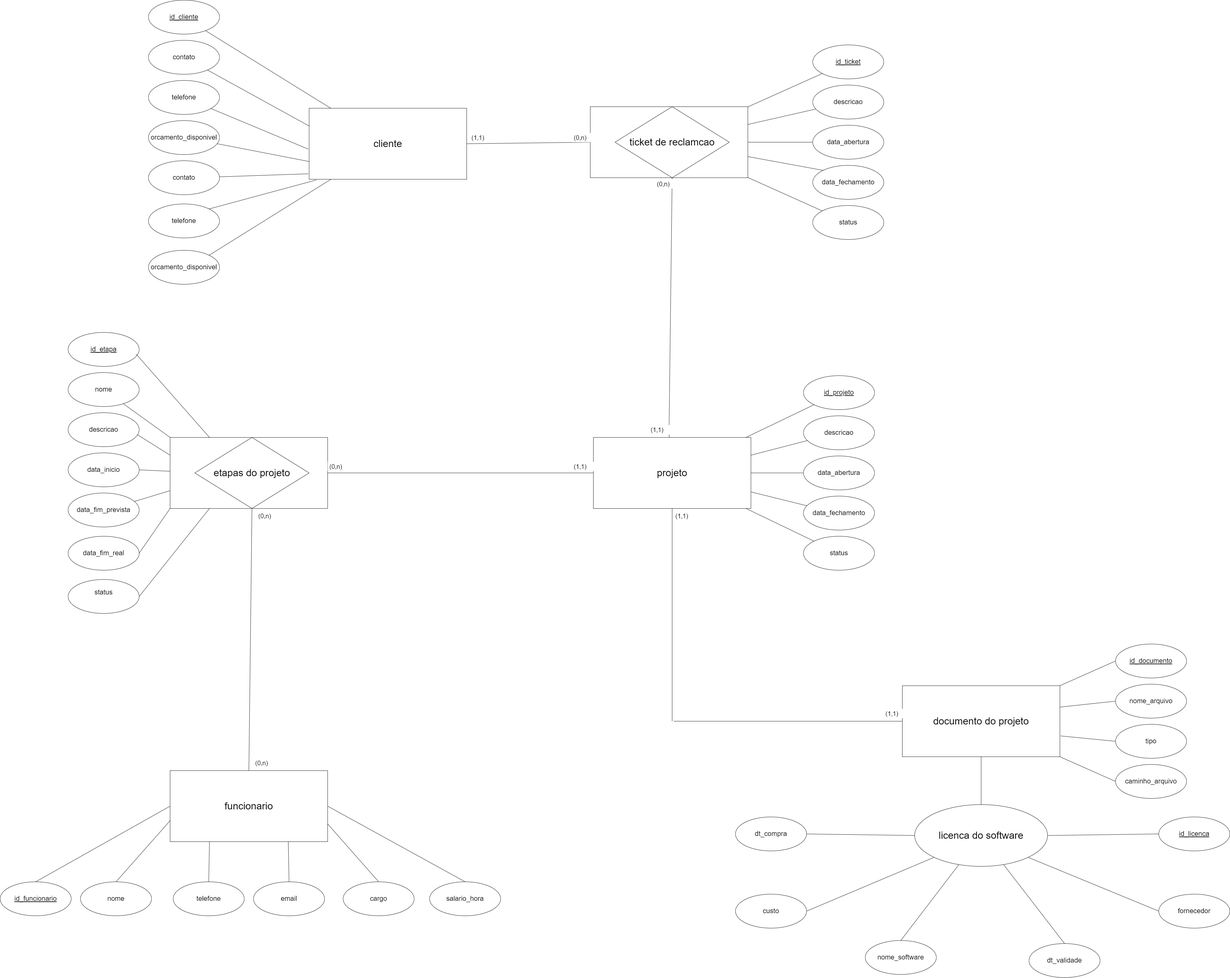
The draw.io diagram docs/modelo conceitual.png in izaq-code/ProjetosII-Bancos-de-Dados, before a commit. Source tidied: cells renumbered, new cells last; positions are measured from the earlier drawing's top-left corner, leaving out a move shared by most shapes.
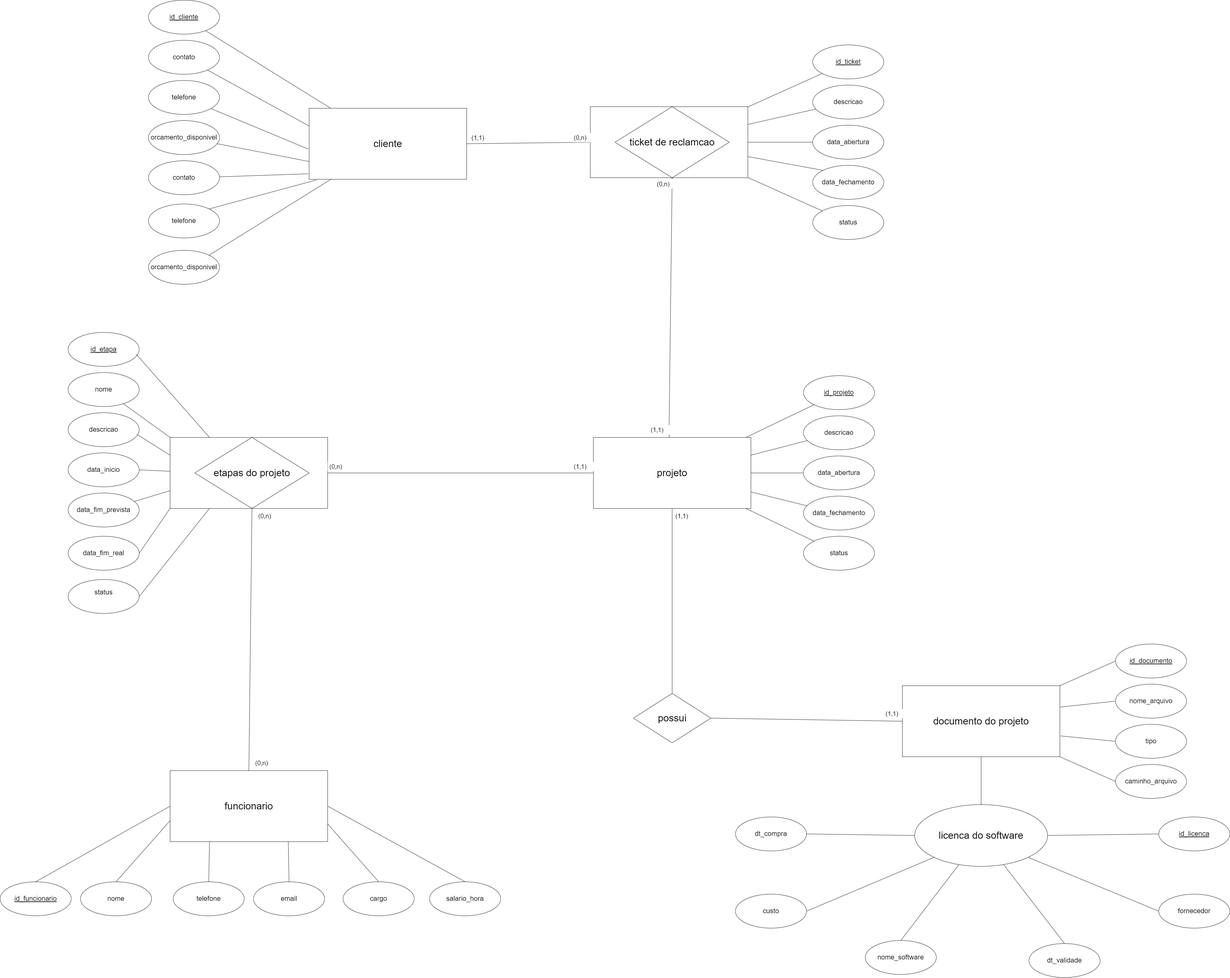
Above is the later version.

Commit message:
atualizando modelo

The edit, as a diff of the source:
```diff
@@ -217,18 +217,14 @@
     <mxCell id="72" style="endArrow=none;html=1;rounded=0;exitX=0.5;exitY=0;exitDx=0;exitDy=0;entryX=0.5;entryY=1;entryDx=0;entryDy=0;fillColor=light-dark(#FFFFFF,var(--ge-dark-color, #121212));" parent="1" edge="1" source="59" target="43">
       <mxGeometry relative="1" as="geometry" />
     </mxCell>
-    <mxCell id="73" style="endArrow=none;html=1;rounded=0;entryX=0.5;entryY=1;entryDx=0;entryDy=0;fillColor=light-dark(#FFFFFF,var(--ge-dark-color, #121212));" parent="1" edge="1" target="30">
-      <mxGeometry relative="1" as="geometry">
-        <mxPoint x="2175" y="2335" as="sourcePoint" />
-      </mxGeometry>
+    <mxCell id="73" style="endArrow=none;html=1;rounded=0;entryX=0.5;entryY=1;entryDx=0;entryDy=0;fillColor=light-dark(#FFFFFF,var(--ge-dark-color, #121212));exitX=0.5;exitY=0;exitDx=0;exitDy=0;" parent="1" edge="1" source="109" target="30">
+      <mxGeometry relative="1" as="geometry" />
     </mxCell>
     <mxCell id="74" value="documento do projeto" style="rounded=0;whiteSpace=wrap;html=1;fontSize=32;fillColor=light-dark(#FFFFFF,var(--ge-dark-color, #121212));" parent="1" vertex="1">
       <mxGeometry x="2920" y="2220" width="510" height="230" as="geometry" />
     </mxCell>
-    <mxCell id="75" style="endArrow=none;html=1;rounded=0;entryX=0;entryY=0.5;entryDx=0;entryDy=0;fillColor=light-dark(#FFFFFF,var(--ge-dark-color, #121212));" parent="1" edge="1" target="74">
-      <mxGeometry relative="1" as="geometry">
-        <mxPoint x="2180" y="2335" as="sourcePoint" />
-      </mxGeometry>
+    <mxCell id="75" style="endArrow=none;html=1;rounded=0;entryX=0;entryY=0.5;entryDx=0;entryDy=0;fillColor=light-dark(#FFFFFF,var(--ge-dark-color, #121212));exitX=1;exitY=0.5;exitDx=0;exitDy=0;" parent="1" edge="1" source="109" target="74">
+      <mxGeometry relative="1" as="geometry" />
     </mxCell>
     <mxCell id="76" value="dt_validade" style="ellipse;whiteSpace=wrap;html=1;fontSize=22;fillColor=light-dark(#FFFFFF,var(--ge-dark-color, #121212));" parent="1" vertex="1">
       <mxGeometry x="3330" y="3055" width="230" height="110" as="geometry" />
@@ -329,5 +325,8 @@
     <mxCell id="108" value="(1,1)" style="text;strokeColor=none;fillColor=light-dark(#FFFFFF,var(--ge-dark-color, #121212));align=left;verticalAlign=middle;spacingLeft=4;spacingRight=4;overflow=hidden;whiteSpace=wrap;html=1;fontSize=20;" parent="1" vertex="1">
       <mxGeometry x="2180" y="1655" width="130" height="30" as="geometry" />
     </mxCell>
+    <mxCell id="109" value="possui" style="rhombus;whiteSpace=wrap;html=1;fontSize=32;fillColor=light-dark(#FFFFFF,var(--ge-dark-color, #121212));" parent="1" vertex="1">
+      <mxGeometry x="2049.5" y="2245" width="251" height="160" as="geometry" />
+    </mxCell>
   </root>
 </mxGraphModel>
```
